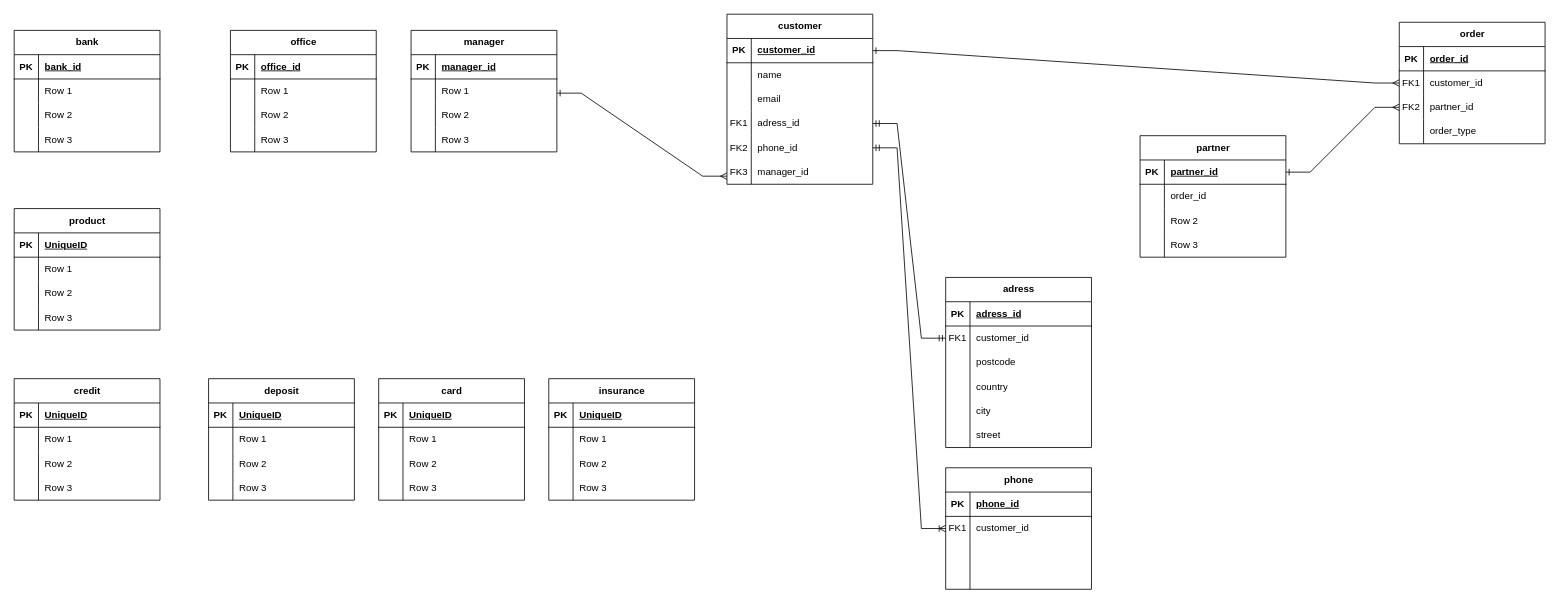
This is Банк_erd.drawio from L-Valentine/Plantuml, a draw.io file, before an edit. Source tidied: cells renumbered, new cells numbered last; positions are measured from the earlier drawing's top-left corner, leaving out a move shared by most shapes. Both pictures are drawn from the tidied source at 81%, with x=0, y=0 at pixel (14, 14).
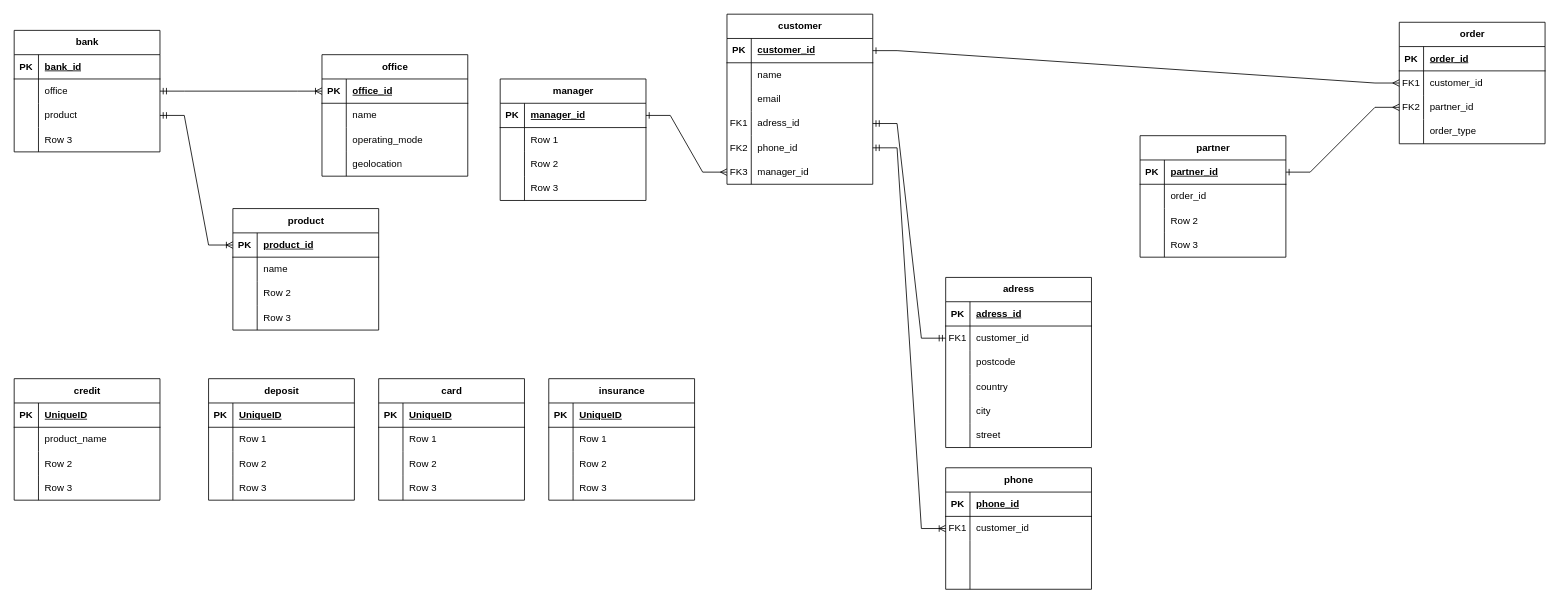
The same diagram, later.

Unchanged cells that the change refers to:
```xml
<mxCell id="6" style="shape=tableRow;horizontal=0;startSize=0;swimlaneHead=0;swimlaneBody=0;fillColor=none;points=[[0,0.5],[1,0.5]];portConstraint=eastwest;top=0;left=0;right=0;bottom=0;" parent="2" vertex="1">
  <mxGeometry y="60" width="180" height="30" as="geometry" />
</mxCell>
<mxCell id="9" style="shape=tableRow;horizontal=0;startSize=0;swimlaneHead=0;swimlaneBody=0;fillColor=none;points=[[0,0.5],[1,0.5]];portConstraint=eastwest;top=0;left=0;right=0;bottom=0;" parent="2" vertex="1">
  <mxGeometry y="90" width="180" height="30" as="geometry" />
</mxCell>
<mxCell id="19" style="shape=tableRow;horizontal=0;startSize=0;swimlaneHead=0;swimlaneBody=0;fillColor=none;top=0;left=0;right=0;bottom=0;" parent="15" vertex="1">
  <mxGeometry y="60" width="180" height="30" as="geometry" />
</mxCell>
<mxCell id="83" style="shape=tableRow;horizontal=0;startSize=0;swimlaneHead=0;swimlaneBody=0;fillColor=none;points=[[0,0.5],[1,0.5]];portConstraint=eastwest;top=0;left=0;right=0;bottom=0;" parent="67" vertex="1">
  <mxGeometry y="180" width="180" height="30" as="geometry" />
</mxCell>
<mxCell id="87" style="shape=tableRow;horizontal=0;startSize=0;swimlaneHead=0;swimlaneBody=0;fillColor=none;points=[[0,0.5],[1,0.5]];portConstraint=eastwest;top=0;left=0;right=0;bottom=1;" parent="86" vertex="1">
  <mxGeometry y="30" width="180" height="30" as="geometry" />
</mxCell>
<mxCell id="113" style="shape=tableRow;horizontal=0;startSize=0;swimlaneHead=0;swimlaneBody=0;fillColor=none;points=[[0,0.5],[1,0.5]];portConstraint=eastwest;top=0;left=0;right=0;bottom=1;" parent="112" vertex="1">
  <mxGeometry y="30" width="180" height="30" as="geometry" />
</mxCell>
<mxCell id="116" style="shape=tableRow;horizontal=0;startSize=0;swimlaneHead=0;swimlaneBody=0;fillColor=none;top=0;left=0;right=0;bottom=0;" parent="112" vertex="1">
  <mxGeometry y="60" width="180" height="30" as="geometry" />
</mxCell>
<mxCell id="127" style="shape=tableRow;horizontal=0;startSize=0;swimlaneHead=0;swimlaneBody=0;fillColor=none;points=[[0,0.5],[1,0.5]];portConstraint=eastwest;top=0;left=0;right=0;bottom=1;" parent="126" vertex="1">
  <mxGeometry y="30" width="180" height="30" as="geometry" />
</mxCell>
<mxCell id="130" style="shape=tableRow;horizontal=0;startSize=0;swimlaneHead=0;swimlaneBody=0;fillColor=none;top=0;left=0;right=0;bottom=0;" parent="126" vertex="1">
  <mxGeometry y="60" width="180" height="30" as="geometry" />
</mxCell>
<mxCell id="133" style="shape=tableRow;horizontal=0;startSize=0;swimlaneHead=0;swimlaneBody=0;fillColor=none;top=0;left=0;right=0;bottom=0;" parent="126" vertex="1">
  <mxGeometry y="90" width="180" height="30" as="geometry" />
</mxCell>
<mxCell id="136" style="shape=tableRow;horizontal=0;startSize=0;swimlaneHead=0;swimlaneBody=0;fillColor=none;top=0;left=0;right=0;bottom=0;" parent="126" vertex="1">
  <mxGeometry y="120" width="180" height="30" as="geometry" />
</mxCell>
```

Change to the diagram source:
```diff
@@
-    <mxCell id="8" value="Row 1" style="shape=partialRectangle;fillColor=none;top=0;left=0;bottom=0;right=0;align=left;spacingLeft=6;overflow=hidden;whiteSpace=wrap;html=1;" parent="6" vertex="1">
+    <mxCell id="8" value="office" style="shape=partialRectangle;fillColor=none;top=0;left=0;bottom=0;right=0;align=left;spacingLeft=6;overflow=hidden;whiteSpace=wrap;html=1;" parent="6" vertex="1">
       <mxGeometry x="30" width="150" height="30" as="geometry" />
     </mxCell>
@@
-    <mxCell id="11" value="Row 2" style="shape=partialRectangle;fillColor=none;top=0;left=0;bottom=0;right=0;align=left;spacingLeft=6;overflow=hidden;whiteSpace=wrap;html=1;" parent="9" vertex="1">
+    <mxCell id="11" value="product" style="shape=partialRectangle;fillColor=none;top=0;left=0;bottom=0;right=0;align=left;spacingLeft=6;overflow=hidden;whiteSpace=wrap;html=1;" parent="9" vertex="1">
       <mxGeometry x="30" width="150" height="30" as="geometry" />
     </mxCell>
@@
-    <mxCell id="21" value="Row 1" style="shape=partialRectangle;fillColor=none;top=0;left=0;bottom=0;right=0;align=left;spacingLeft=6;overflow=hidden;whiteSpace=wrap;html=1;" parent="19" vertex="1">
+    <mxCell id="21" value="product_name" style="shape=partialRectangle;fillColor=none;top=0;left=0;bottom=0;right=0;align=left;spacingLeft=6;overflow=hidden;whiteSpace=wrap;html=1;" parent="19" vertex="1">
       <mxGeometry x="30" width="150" height="30" as="geometry" />
     </mxCell>
@@
     <mxCell id="86" value="manager" style="shape=table;startSize=30;childLayout=tableLayout;rowLines=0;fontStyle=1;align=center;html=1;" parent="1" vertex="1">
-      <mxGeometry x="490" y="20" width="180" height="150" as="geometry" />
+      <mxGeometry x="600" y="80" width="180" height="150" as="geometry" />
     </mxCell>
@@
     <mxCell id="112" value="product" style="shape=table;startSize=30;childLayout=tableLayout;rowLines=0;fontStyle=1;align=center;html=1;" parent="1" vertex="1">
-      <mxGeometry y="240" width="180" height="150" as="geometry" />
+      <mxGeometry x="270" y="240" width="180" height="150" as="geometry" />
     </mxCell>
@@
-    <mxCell id="115" value="UniqueID" style="shape=partialRectangle;fillColor=none;top=0;left=0;bottom=0;right=0;align=left;spacingLeft=6;fontStyle=5;overflow=hidden;whiteSpace=wrap;html=1;" parent="113" vertex="1">
+    <mxCell id="115" value="product_id" style="shape=partialRectangle;fillColor=none;top=0;left=0;bottom=0;right=0;align=left;spacingLeft=6;fontStyle=5;overflow=hidden;whiteSpace=wrap;html=1;" parent="113" vertex="1">
       <mxGeometry x="30" width="150" height="30" as="geometry" />
     </mxCell>
@@
-    <mxCell id="118" value="Row 1" style="shape=partialRectangle;fillColor=none;top=0;left=0;bottom=0;right=0;align=left;spacingLeft=6;overflow=hidden;whiteSpace=wrap;html=1;" parent="116" vertex="1">
+    <mxCell id="118" value="name" style="shape=partialRectangle;fillColor=none;top=0;left=0;bottom=0;right=0;align=left;spacingLeft=6;overflow=hidden;whiteSpace=wrap;html=1;" parent="116" vertex="1">
       <mxGeometry x="30" width="150" height="30" as="geometry" />
     </mxCell>
@@
     <mxCell id="126" value="office" style="shape=table;startSize=30;childLayout=tableLayout;rowLines=0;fontStyle=1;align=center;html=1;" parent="1" vertex="1">
-      <mxGeometry x="267" y="20" width="180" height="150" as="geometry" />
+      <mxGeometry x="380" y="50" width="180" height="150" as="geometry" />
     </mxCell>
@@
-    <mxCell id="132" value="Row 1" style="shape=partialRectangle;fillColor=none;top=0;left=0;bottom=0;right=0;align=left;spacingLeft=6;overflow=hidden;whiteSpace=wrap;html=1;" parent="130" vertex="1">
+    <mxCell id="132" value="name" style="shape=partialRectangle;fillColor=none;top=0;left=0;bottom=0;right=0;align=left;spacingLeft=6;overflow=hidden;whiteSpace=wrap;html=1;" parent="130" vertex="1">
       <mxGeometry x="30" width="150" height="30" as="geometry" />
     </mxCell>
@@
-    <mxCell id="135" value="Row 2" style="shape=partialRectangle;fillColor=none;top=0;left=0;bottom=0;right=0;align=left;spacingLeft=6;overflow=hidden;whiteSpace=wrap;html=1;" parent="133" vertex="1">
+    <mxCell id="135" value="operating_mode" style="shape=partialRectangle;fillColor=none;top=0;left=0;bottom=0;right=0;align=left;spacingLeft=6;overflow=hidden;whiteSpace=wrap;html=1;" parent="133" vertex="1">
       <mxGeometry x="30" width="150" height="30" as="geometry" />
     </mxCell>
@@
-    <mxCell id="138" value="Row 3" style="shape=partialRectangle;fillColor=none;top=0;left=0;bottom=0;right=0;align=left;spacingLeft=6;overflow=hidden;whiteSpace=wrap;html=1;" parent="136" vertex="1">
+    <mxCell id="138" value="geolocation" style="shape=partialRectangle;fillColor=none;top=0;left=0;bottom=0;right=0;align=left;spacingLeft=6;overflow=hidden;whiteSpace=wrap;html=1;" parent="136" vertex="1">
       <mxGeometry x="30" width="150" height="30" as="geometry" />
     </mxCell>
@@
-    <mxCell id="182" style="edgeStyle=entityRelationEdgeStyle;fontSize=12;html=1;endArrow=ERmany;startArrow=ERone;rounded=0;exitX=1;exitY=0.5;exitDx=0;exitDy=0;entryX=0;entryY=0.5;entryDx=0;entryDy=0;startFill=0;endFill=0;" parent="1" edge="1">
+    <mxCell id="182" style="edgeStyle=entityRelationEdgeStyle;fontSize=12;html=1;endArrow=ERmany;startArrow=ERone;rounded=0;exitX=1;exitY=0.5;exitDx=0;exitDy=0;startFill=0;endFill=0;entryX=0;entryY=0.5;entryDx=0;entryDy=0;" parent="1" edge="1" source="87" target="83">
       <mxGeometry relative="1" as="geometry">
-        <mxPoint x="670" y="97.5" as="sourcePoint" />
-        <mxPoint x="880" y="200" as="targetPoint" />
         <Array as="points">
           <mxPoint x="720" y="162.5" />
           <mxPoint x="870" y="190" />
           <mxPoint x="870" y="190" />
         </Array>
       </mxGeometry>
     </mxCell>
@@
+    <mxCell id="199" style="edgeStyle=entityRelationEdgeStyle;fontSize=12;html=1;endArrow=ERoneToMany;startArrow=ERmandOne;rounded=0;exitX=1;exitY=0.5;exitDx=0;exitDy=0;entryX=0;entryY=0.5;entryDx=0;entryDy=0;" parent="1" edge="1" source="6" target="127">
+      <mxGeometry relative="1" as="geometry" />
+    </mxCell>
+    <mxCell id="200" style="edgeStyle=entityRelationEdgeStyle;fontSize=12;html=1;endArrow=ERoneToMany;startArrow=ERmandOne;rounded=0;exitX=1;exitY=0.5;exitDx=0;exitDy=0;entryX=0;entryY=0.5;entryDx=0;entryDy=0;" parent="1" edge="1" source="9" target="113">
+      <mxGeometry relative="1" as="geometry" />
+    </mxCell>
```
